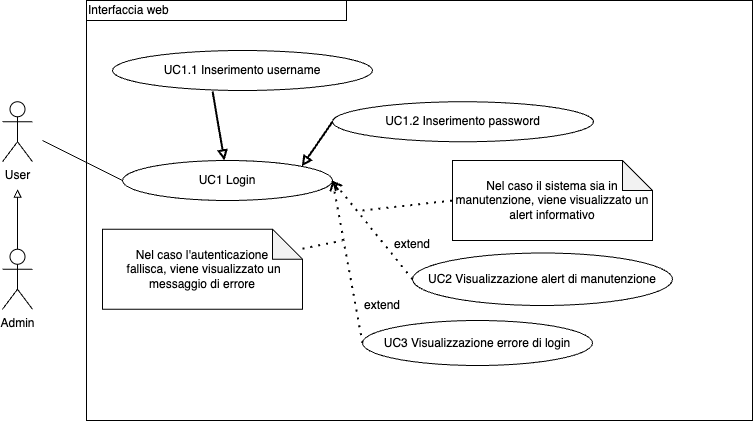
Before: imgs/Uml/UC1.png, a diagram exported from draw.io (ShameIRL/farmacode). Source tidied: cells renumbered, new cells last; positions are measured from the earlier drawing's top-left corner, leaving out a move shared by most shapes.
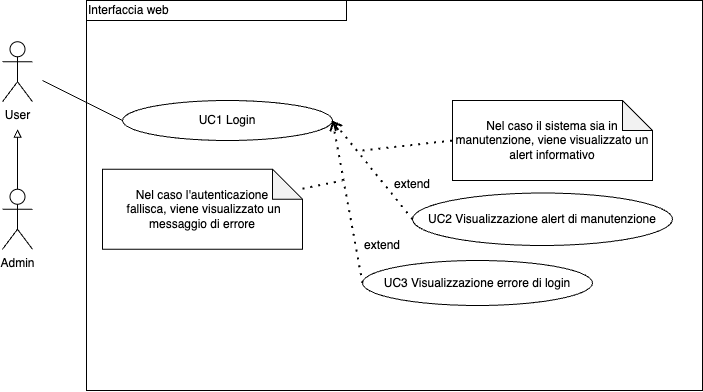
Above is the later version.

The edit, as a diff of the source:
```diff
@@ -40,7 +40,7 @@
       <mxGeometry y="248.8" width="30" height="60" as="geometry" />
     </mxCell>
     <mxCell id="12" value="&lt;div style=&quot;&quot;&gt;&lt;span style=&quot;background-color: initial;&quot;&gt;Interfaccia web&lt;/span&gt;&lt;/div&gt;" style="rounded=0;whiteSpace=wrap;html=1;fillColor=none;align=left;" parent="1" vertex="1">
-      <mxGeometry x="84" width="260" height="20" as="geometry" />
+      <mxGeometry x="84" y="60" width="260" height="20" as="geometry" />
     </mxCell>
     <mxCell id="13" value="UC2 Visualizzazione alert di manutenzione" style="ellipse;whiteSpace=wrap;html=1;" parent="1" vertex="1">
       <mxGeometry x="410" y="252.5" width="260" height="52.5" as="geometry" />
@@ -61,20 +61,8 @@
         <mxPoint x="360" y="210" as="sourcePoint" />
       </mxGeometry>
     </mxCell>
-    <mxCell id="18" value="UC1.2 Inserimento password" style="ellipse;whiteSpace=wrap;html=1;" parent="1" vertex="1">
-      <mxGeometry x="330" y="101.2" width="261" height="40" as="geometry" />
-    </mxCell>
-    <mxCell id="19" value="UC1.1 Inserimento username" style="ellipse;whiteSpace=wrap;html=1;" parent="1" vertex="1">
-      <mxGeometry x="110" y="50" width="260" height="40" as="geometry" />
-    </mxCell>
-    <mxCell id="20" style="endArrow=block;html=1;strokeWidth=2;rounded=0;exitX=0.385;exitY=1.025;exitDx=0;exitDy=0;exitPerimeter=0;startArrow=none;startFill=0;endFill=0;" parent="1" edge="1" source="19" target="3">
-      <mxGeometry relative="1" as="geometry" />
-    </mxCell>
-    <mxCell id="21" style="endArrow=block;html=1;strokeWidth=2;rounded=0;exitX=0;exitY=0.5;exitDx=0;exitDy=0;startArrow=none;startFill=0;endFill=0;entryX=1;entryY=0;entryDx=0;entryDy=0;" parent="1" edge="1" source="18" target="3">
-      <mxGeometry relative="1" as="geometry" />
-    </mxCell>
-    <mxCell id="22" style="rounded=0;whiteSpace=wrap;html=1;fillColor=none;" parent="1" vertex="1">
-      <mxGeometry x="84" width="666" height="420" as="geometry" />
-    </mxCell>
+    <mxCell id="23" style="rounded=0;whiteSpace=wrap;html=1;fillColor=none;" parent="1" vertex="1">
+      <mxGeometry x="84" y="60" width="616" height="390" as="geometry" />
+    </mxCell>
   </root>
 </mxGraphModel>
```
